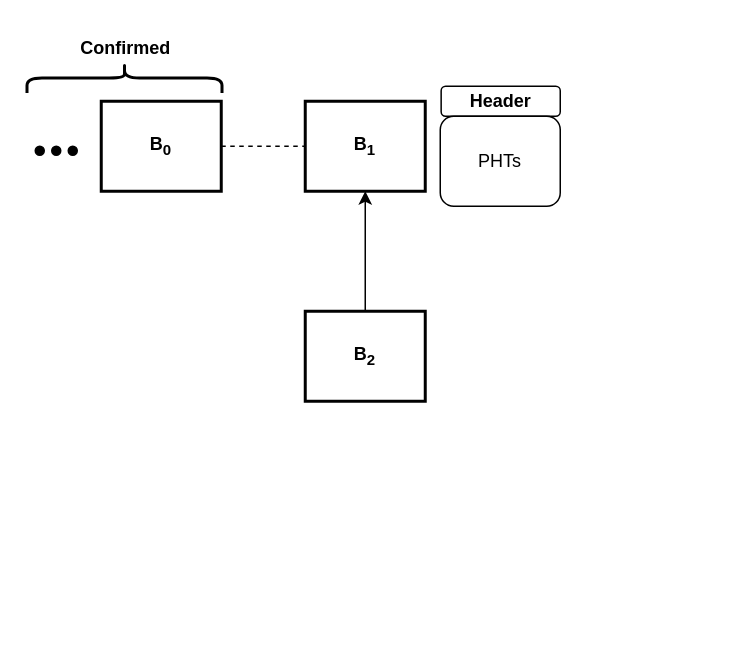
The draw.io diagram assets/p2s_workflow.drawio in TammyQAQ/P2S, before the edit. Source tidied: cells renumbered, new cells numbered last; positions are measured from the earlier drawing's top-left corner, leaving out a move shared by most shapes. Both pictures are drawn from the tidied source at 150%, with x=0, y=0 at pixel (34, -20).
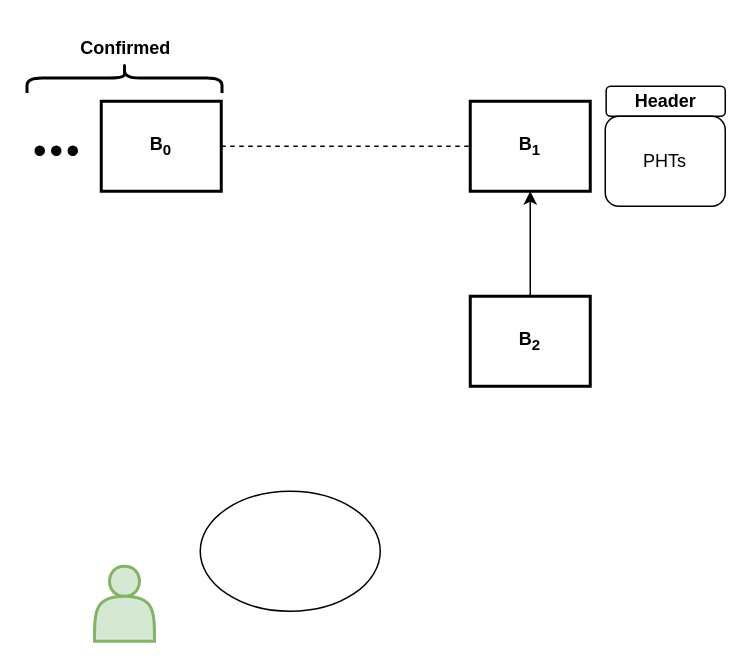
Above is the later version.

Change to the diagram source:
```diff
@@
 <mxGraphModel>
   <root>
     <mxCell id="0" />
     <mxCell id="1" parent="0" />
     <mxCell id="2" value="&lt;b&gt;B&lt;sub&gt;1&lt;/sub&gt;&lt;/b&gt;" style="rounded=0;whiteSpace=wrap;html=1;strokeWidth=2;" parent="1" vertex="1">
-      <mxGeometry x="180" y="80" width="80" height="60" as="geometry" />
+      <mxGeometry x="290" y="80" width="80" height="60" as="geometry" />
     </mxCell>
     <mxCell id="3" value="&lt;b&gt;B&lt;sub&gt;2&lt;/sub&gt;&lt;/b&gt;" style="rounded=0;whiteSpace=wrap;html=1;strokeWidth=2;" parent="1" vertex="1">
-      <mxGeometry x="180" y="220" width="80" height="60" as="geometry" />
+      <mxGeometry x="290" y="210" width="80" height="60" as="geometry" />
     </mxCell>
     <mxCell id="4" value="&lt;b&gt;B&lt;sub&gt;0&lt;/sub&gt;&lt;/b&gt;" style="rounded=0;whiteSpace=wrap;html=1;strokeWidth=2;" parent="1" vertex="1">
       <mxGeometry x="44" y="80" width="80" height="60" as="geometry" />
     </mxCell>
     <mxCell id="5" style="endArrow=none;dashed=1;html=1;rounded=0;exitX=1;exitY=0.5;exitDx=0;exitDy=0;entryX=0;entryY=0.5;entryDx=0;entryDy=0;" parent="1" edge="1" source="4" target="2">
       <mxGeometry relative="1" as="geometry" />
     </mxCell>
     <mxCell id="6" style="group;" parent="1" vertex="1">
       <mxGeometry x="1" y="110" width="26" height="6" as="geometry" />
     </mxCell>
     <mxCell id="7" style="ellipse;shape=doubleEllipse;whiteSpace=wrap;html=1;fillColor=#000000;" parent="6" vertex="1">
       <mxGeometry x="-1" width="6" height="6" as="geometry" />
     </mxCell>
     <mxCell id="8" style="ellipse;shape=doubleEllipse;whiteSpace=wrap;html=1;fillColor=#000000;" parent="6" vertex="1">
       <mxGeometry x="10" width="6" height="6" as="geometry" />
     </mxCell>
     <mxCell id="9" style="ellipse;shape=doubleEllipse;whiteSpace=wrap;html=1;fillColor=#000000;" parent="6" vertex="1">
       <mxGeometry x="21" width="6" height="6" as="geometry" />
     </mxCell>
     <mxCell id="10" style="endArrow=classic;html=1;rounded=0;entryX=0.5;entryY=1;entryDx=0;entryDy=0;" parent="1" edge="1" source="3" target="2">
       <mxGeometry relative="1" as="geometry" />
     </mxCell>
     <mxCell id="11" style="shape=curlyBracket;whiteSpace=wrap;html=1;rounded=1;labelPosition=left;verticalLabelPosition=middle;align=right;verticalAlign=middle;rotation=90;strokeWidth=2;" parent="1" vertex="1">
       <mxGeometry x="49.5" y="-0.5" width="20" height="130" as="geometry" />
     </mxCell>
     <mxCell id="12" value="&lt;b&gt;Confirmed&lt;/b&gt;" style="text;html=1;align=center;verticalAlign=middle;strokeColor=none;fillColor=none;" parent="1" vertex="1">
       <mxGeometry x="19.5" y="30" width="80" height="30" as="geometry" />
     </mxCell>
     <mxCell id="13" style="group;" parent="1" vertex="1">
-      <mxGeometry x="270" y="70" width="80" height="80" as="geometry" />
+      <mxGeometry x="380" y="70" width="80" height="80" as="geometry" />
     </mxCell>
     <mxCell id="14" value="Header" style="rounded=1;whiteSpace=wrap;html=1;fontStyle=1;" parent="13" vertex="1">
       <mxGeometry x="0.6" width="79.4" height="20" as="geometry" />
     </mxCell>
     <mxCell id="15" style="group;" parent="13" vertex="1">
       <mxGeometry y="20" width="80" height="60" as="geometry" />
     </mxCell>
     <mxCell id="16" value="PHTs" style="rounded=1;whiteSpace=wrap;html=1;" parent="15" vertex="1">
       <mxGeometry width="80" height="60" as="geometry" />
     </mxCell>
+    <mxCell id="17" style="ellipse;whiteSpace=wrap;html=1;" parent="1" vertex="1">
+      <mxGeometry x="110" y="340" width="120" height="80" as="geometry" />
+    </mxCell>
+    <mxCell id="18" style="shape=actor;whiteSpace=wrap;html=1;strokeWidth=2;fillColor=#d5e8d4;strokeColor=#82b366;" parent="1" vertex="1">
+      <mxGeometry x="39.5" y="390" width="40" height="50" as="geometry" />
+    </mxCell>
   </root>
 </mxGraphModel>
```
